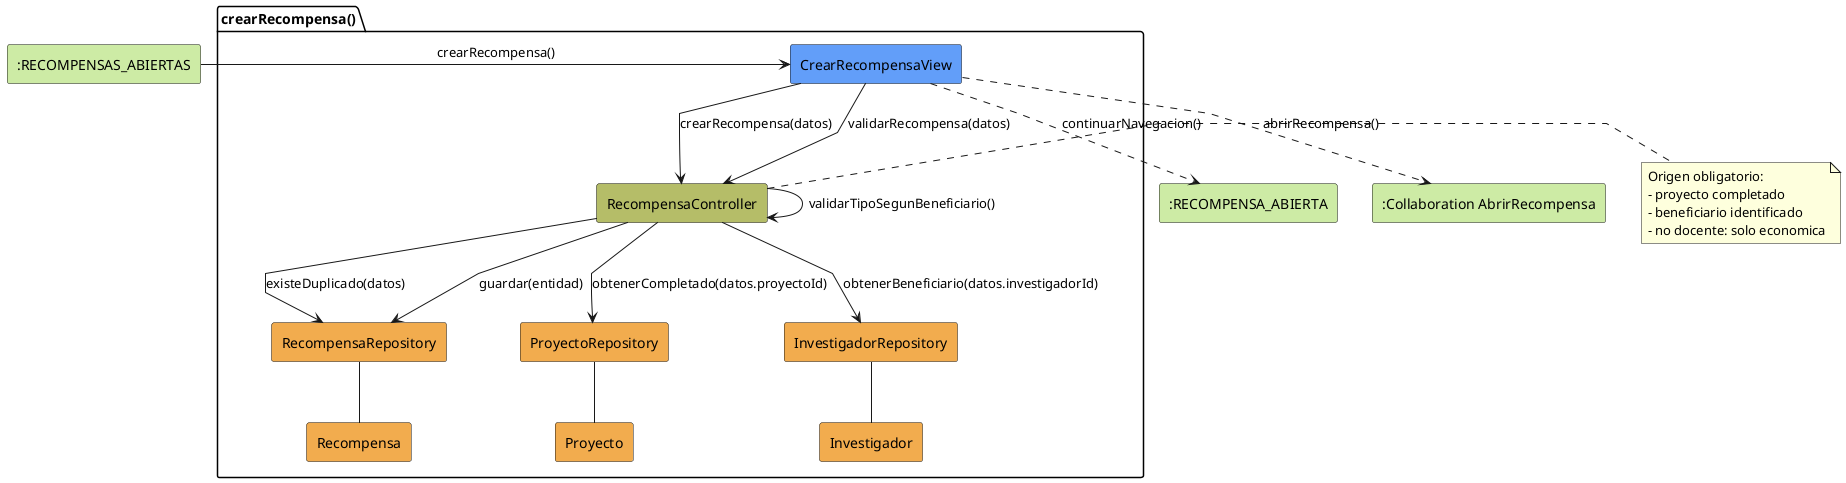
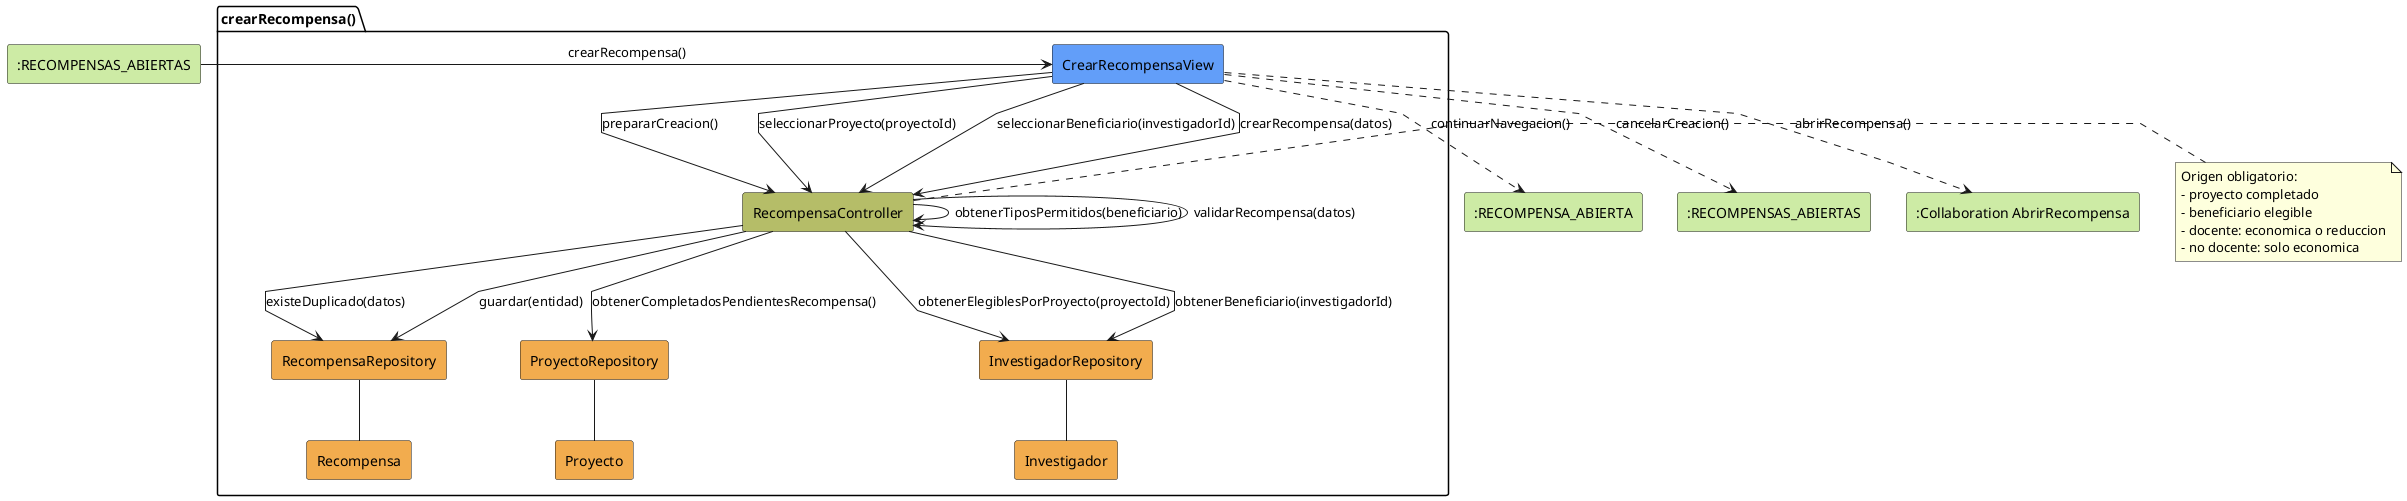
@startuml crearRecompensa-analisis
skinparam linetype polyline

rectangle #CDEBA5 ":RECOMPENSAS_ABIERTAS" as EstadoEntrada
package crearRecompensa as "crearRecompensa()" {
    rectangle #629EF9 CrearRecompensaView
    rectangle #b5bd68 RecompensaController
    rectangle #F2AC4E RecompensaRepository
    rectangle #F2AC4E ProyectoRepository
    rectangle #F2AC4E InvestigadorRepository
    rectangle #F2AC4E Recompensa
    rectangle #F2AC4E Proyecto
    rectangle #F2AC4E Investigador
}

rectangle #CDEBA5 ":RECOMPENSA_ABIERTA" as EstadoSalida
+ rectangle #CDEBA5 ":RECOMPENSAS_ABIERTAS" as EstadoSalidaCancelada
rectangle #CDEBA5 ":Collaboration AbrirRecompensa" as AbrirRecompensa

EstadoEntrada -r-> CrearRecompensaView: crearRecompensa()

- CrearRecompensaView -d-> RecompensaController: crearRecompensa(datos)
- CrearRecompensaView --> RecompensaController: validarRecompensa(datos)
- RecompensaController --> ProyectoRepository: obtenerCompletado(datos.proyectoId)
- RecompensaController --> InvestigadorRepository: obtenerBeneficiario(datos.investigadorId)
- RecompensaController --> RecompensaController: validarTipoSegunBeneficiario()
+ CrearRecompensaView -d-> RecompensaController: prepararCreacion()
+ RecompensaController --> ProyectoRepository: obtenerCompletadosPendientesRecompensa()
+ CrearRecompensaView --> RecompensaController: seleccionarProyecto(proyectoId)
+ RecompensaController --> InvestigadorRepository: obtenerElegiblesPorProyecto(proyectoId)
+ CrearRecompensaView --> RecompensaController: seleccionarBeneficiario(investigadorId)
+ RecompensaController --> InvestigadorRepository: obtenerBeneficiario(investigadorId)
+ RecompensaController --> RecompensaController: obtenerTiposPermitidos(beneficiario)
+ CrearRecompensaView --> RecompensaController: crearRecompensa(datos)
+ RecompensaController --> RecompensaController: validarRecompensa(datos)
RecompensaController --> RecompensaRepository: existeDuplicado(datos)
RecompensaController --> RecompensaRepository: guardar(entidad)
RecompensaRepository -- Recompensa
ProyectoRepository -- Proyecto
InvestigadorRepository -- Investigador
note right of RecompensaController
Origen obligatorio:
- proyecto completado
- - beneficiario identificado
+ - beneficiario elegible
+ - docente: economica o reduccion
- no docente: solo economica
end note
CrearRecompensaView ..> EstadoSalida: continuarNavegacion()
+ CrearRecompensaView ..> EstadoSalidaCancelada: cancelarCreacion()
CrearRecompensaView ..> AbrirRecompensa: abrirRecompensa()

@enduml
